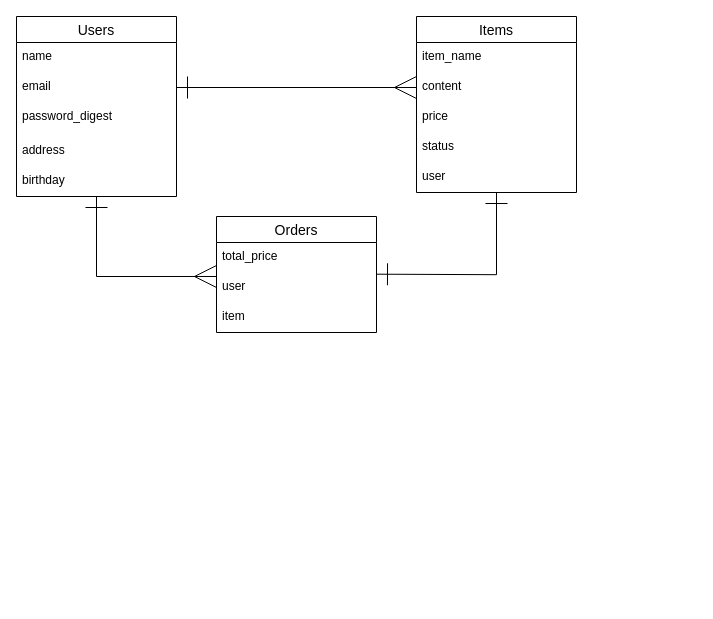
This is furima.dio from Shoki-darou/furima-40337, a draw.io file, before an edit. Source tidied: cells renumbered, new cells numbered last; positions are measured from the earlier drawing's top-left corner, leaving out a move shared by most shapes. Both pictures are drawn from the tidied source at 100%, with x=0, y=0 at pixel (16, 16).
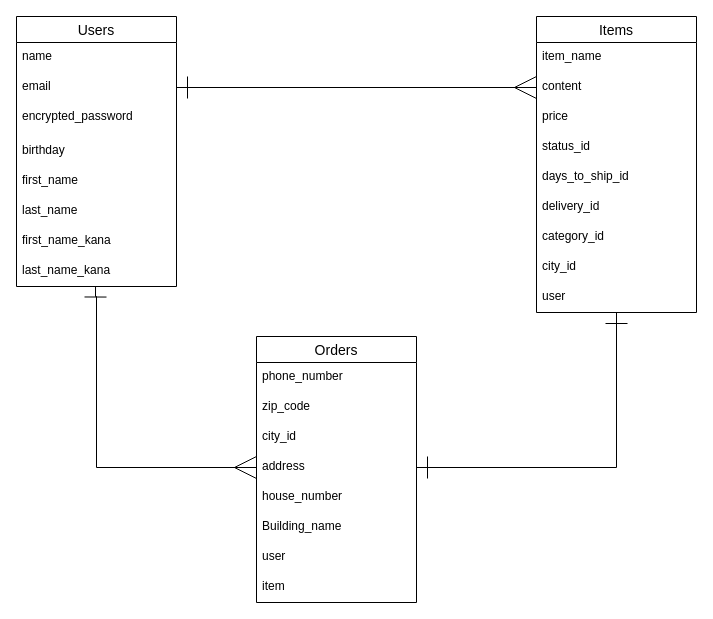
The same diagram, later.

Commit message (it also covers changes not shown here):
データベース設計の修正

What changed in the source:
```diff
@@
     <mxCell id="2" value="Items" style="swimlane;fontStyle=0;horizontal=1;startSize=26;align=center;fontSize=14;" parent="1" vertex="1">
-      <mxGeometry x="400" width="160" height="176" as="geometry" />
+      <mxGeometry x="520" width="160" height="296" as="geometry" />
     </mxCell>
@@
-    <mxCell id="6" value="status" style="text;strokeColor=none;fillColor=none;spacingLeft=4;spacingRight=4;overflow=hidden;fontSize=12;" parent="2" vertex="1">
+    <mxCell id="6" value="status_id" style="text;strokeColor=none;fillColor=none;spacingLeft=4;spacingRight=4;overflow=hidden;fontSize=12;" parent="2" vertex="1">
       <mxGeometry y="116" width="160" height="30" as="geometry" />
     </mxCell>
+    <mxCell id="21" value="days_to_ship_id" style="text;strokeColor=none;fillColor=none;spacingLeft=4;spacingRight=4;overflow=hidden;fontSize=12;" parent="2" vertex="1">
+      <mxGeometry y="146" width="160" height="30" as="geometry" />
+    </mxCell>
+    <mxCell id="22" value="delivery_id" style="text;strokeColor=none;fillColor=none;spacingLeft=4;spacingRight=4;overflow=hidden;fontSize=12;" parent="2" vertex="1">
+      <mxGeometry y="176" width="160" height="30" as="geometry" />
+    </mxCell>
+    <mxCell id="23" value="category_id" style="text;strokeColor=none;fillColor=none;spacingLeft=4;spacingRight=4;overflow=hidden;fontSize=12;" parent="2" vertex="1">
+      <mxGeometry y="206" width="160" height="30" as="geometry" />
+    </mxCell>
+    <mxCell id="24" value="city_id" style="text;strokeColor=none;fillColor=none;spacingLeft=4;spacingRight=4;overflow=hidden;fontSize=12;" parent="2" vertex="1">
+      <mxGeometry y="236" width="160" height="30" as="geometry" />
+    </mxCell>
     <mxCell id="7" value="user" style="text;strokeColor=none;fillColor=none;spacingLeft=4;spacingRight=4;overflow=hidden;fontSize=12;" parent="2" vertex="1">
-      <mxGeometry y="146" width="160" height="30" as="geometry" />
+      <mxGeometry y="266" width="160" height="30" as="geometry" />
     </mxCell>
     <mxCell id="8" value="Users" style="swimlane;fontStyle=0;horizontal=1;startSize=26;align=center;fontSize=14;" parent="1" vertex="1">
-      <mxGeometry width="160" height="180" as="geometry" />
+      <mxGeometry width="160" height="270" as="geometry" />
     </mxCell>
@@
-    <mxCell id="11" value="password_digest" style="text;strokeColor=none;fillColor=none;spacingLeft=4;spacingRight=4;overflow=hidden;fontSize=12;" parent="8" vertex="1">
+    <mxCell id="11" value="encrypted_password" style="text;strokeColor=none;fillColor=none;spacingLeft=4;spacingRight=4;overflow=hidden;fontSize=12;" parent="8" vertex="1">
       <mxGeometry y="86" width="160" height="34" as="geometry" />
     </mxCell>
-    <mxCell id="12" value="address" style="text;strokeColor=none;fillColor=none;spacingLeft=4;spacingRight=4;overflow=hidden;points=[[0,0.5],[1,0.5]];portConstraint=eastwest;fontSize=12;" parent="8" vertex="1">
-      <mxGeometry y="120" width="160" height="30" as="geometry" />
-    </mxCell>
     <mxCell id="13" value="birthday" style="text;strokeColor=none;fillColor=none;spacingLeft=4;spacingRight=4;overflow=hidden;points=[[0,0.5],[1,0.5]];portConstraint=eastwest;fontSize=12;" parent="8" vertex="1">
-      <mxGeometry y="150" width="160" height="30" as="geometry" />
+      <mxGeometry y="120" width="160" height="30" as="geometry" />
     </mxCell>
+    <mxCell id="25" value="first_name" style="text;strokeColor=none;fillColor=none;spacingLeft=4;spacingRight=4;overflow=hidden;fontSize=12;" parent="8" vertex="1">
+      <mxGeometry y="150" width="160" height="30" as="geometry" />
+    </mxCell>
+    <mxCell id="26" value="last_name" style="text;strokeColor=none;fillColor=none;spacingLeft=4;spacingRight=4;overflow=hidden;fontSize=12;" parent="8" vertex="1">
+      <mxGeometry y="180" width="160" height="30" as="geometry" />
+    </mxCell>
+    <mxCell id="27" value="first_name_kana" style="text;strokeColor=none;fillColor=none;spacingLeft=4;spacingRight=4;overflow=hidden;fontSize=12;" parent="8" vertex="1">
+      <mxGeometry y="210" width="160" height="30" as="geometry" />
+    </mxCell>
+    <mxCell id="28" value="last_name_kana" style="text;strokeColor=none;fillColor=none;spacingLeft=4;spacingRight=4;overflow=hidden;points=[[0,0.5],[1,0.5]];portConstraint=eastwest;fontSize=12;" parent="8" vertex="1">
+      <mxGeometry y="240" width="160" height="30" as="geometry" />
+    </mxCell>
     <mxCell id="14" value="Orders" style="swimlane;fontStyle=0;horizontal=1;startSize=26;align=center;fontSize=14;" parent="1" vertex="1">
-      <mxGeometry x="200" y="200" width="160" height="116" as="geometry" />
+      <mxGeometry x="240" y="320" width="160" height="266" as="geometry" />
     </mxCell>
-    <mxCell id="15" value="total_price" style="text;strokeColor=none;fillColor=none;spacingLeft=4;spacingRight=4;overflow=hidden;fontSize=12;" parent="14" vertex="1">
+    <mxCell id="15" value="phone_number" style="text;strokeColor=none;fillColor=none;spacingLeft=4;spacingRight=4;overflow=hidden;fontSize=12;" parent="14" vertex="1">
       <mxGeometry y="26" width="160" height="30" as="geometry" />
     </mxCell>
+    <mxCell id="29" value="zip_code" style="text;strokeColor=none;fillColor=none;spacingLeft=4;spacingRight=4;overflow=hidden;fontSize=12;" parent="14" vertex="1">
+      <mxGeometry y="56" width="160" height="30" as="geometry" />
+    </mxCell>
+    <mxCell id="30" value="city_id" style="text;strokeColor=none;fillColor=none;spacingLeft=4;spacingRight=4;overflow=hidden;fontSize=12;" parent="14" vertex="1">
+      <mxGeometry y="86" width="160" height="30" as="geometry" />
+    </mxCell>
+    <mxCell id="12" value="address" style="text;strokeColor=none;fillColor=none;spacingLeft=4;spacingRight=4;overflow=hidden;points=[[0,0.5],[1,0.5]];portConstraint=eastwest;fontSize=12;" parent="14" vertex="1">
+      <mxGeometry y="116" width="160" height="30" as="geometry" />
+    </mxCell>
+    <mxCell id="31" value="house_number" style="text;strokeColor=none;fillColor=none;spacingLeft=4;spacingRight=4;overflow=hidden;fontSize=12;" parent="14" vertex="1">
+      <mxGeometry y="146" width="160" height="30" as="geometry" />
+    </mxCell>
+    <mxCell id="32" value="Building_name" style="text;strokeColor=none;fillColor=none;spacingLeft=4;spacingRight=4;overflow=hidden;fontSize=12;" parent="14" vertex="1">
+      <mxGeometry y="176" width="160" height="30" as="geometry" />
+    </mxCell>
     <mxCell id="16" value="user" style="text;strokeColor=none;fillColor=none;spacingLeft=4;spacingRight=4;overflow=hidden;points=[[0,0.5],[1,0.5]];portConstraint=eastwest;fontSize=12;" parent="14" vertex="1">
-      <mxGeometry y="56" width="160" height="30" as="geometry" />
+      <mxGeometry y="206" width="160" height="30" as="geometry" />
     </mxCell>
     <mxCell id="17" value="item" style="text;strokeColor=none;fillColor=none;spacingLeft=4;spacingRight=4;overflow=hidden;fontSize=12;" parent="14" vertex="1">
-      <mxGeometry y="86" width="160" height="30" as="geometry" />
+      <mxGeometry y="236" width="160" height="30" as="geometry" />
     </mxCell>
@@
-    <mxCell id="19" style="endArrow=ERone;html=1;rounded=0;startSize=20;endSize=20;edgeStyle=orthogonalEdgeStyle;entryX=0.5;entryY=1;entryDx=0;entryDy=0;startArrow=ERone;startFill=0;endFill=0;" parent="1" edge="1" target="2">
-      <mxGeometry relative="1" as="geometry">
-        <mxPoint x="360" y="257.7" as="sourcePoint" />
-      </mxGeometry>
+    <mxCell id="19" style="endArrow=ERone;html=1;rounded=0;startSize=20;endSize=20;edgeStyle=orthogonalEdgeStyle;entryX=0.5;entryY=1;entryDx=0;entryDy=0;startArrow=ERone;startFill=0;endFill=0;exitX=1;exitY=0.5;exitDx=0;exitDy=0;" parent="1" edge="1" source="12" target="2">
+      <mxGeometry relative="1" as="geometry" />
     </mxCell>
-    <mxCell id="20" style="endArrow=ERmany;html=1;rounded=0;startSize=20;endSize=20;edgeStyle=orthogonalEdgeStyle;exitX=0.5;exitY=1;exitDx=0;exitDy=0;exitPerimeter=0;startArrow=ERone;startFill=0;endFill=0;entryX=0;entryY=0.133;entryDx=0;entryDy=0;entryPerimeter=0;" parent="1" edge="1" source="13" target="16">
+    <mxCell id="20" style="endArrow=ERmany;html=1;rounded=0;startSize=20;endSize=20;edgeStyle=orthogonalEdgeStyle;exitX=0.494;exitY=0.984;exitDx=0;exitDy=0;exitPerimeter=0;startArrow=ERone;startFill=0;endFill=0;entryX=0;entryY=0.5;entryDx=0;entryDy=0;" parent="1" edge="1" source="28" target="12">
       <mxGeometry relative="1" as="geometry">
         <Array as="points">
-          <mxPoint x="80" y="260" />
+          <mxPoint x="79" y="280" />
+          <mxPoint x="80" y="280" />
+          <mxPoint x="80" y="451" />
         </Array>
       </mxGeometry>
     </mxCell>
```
